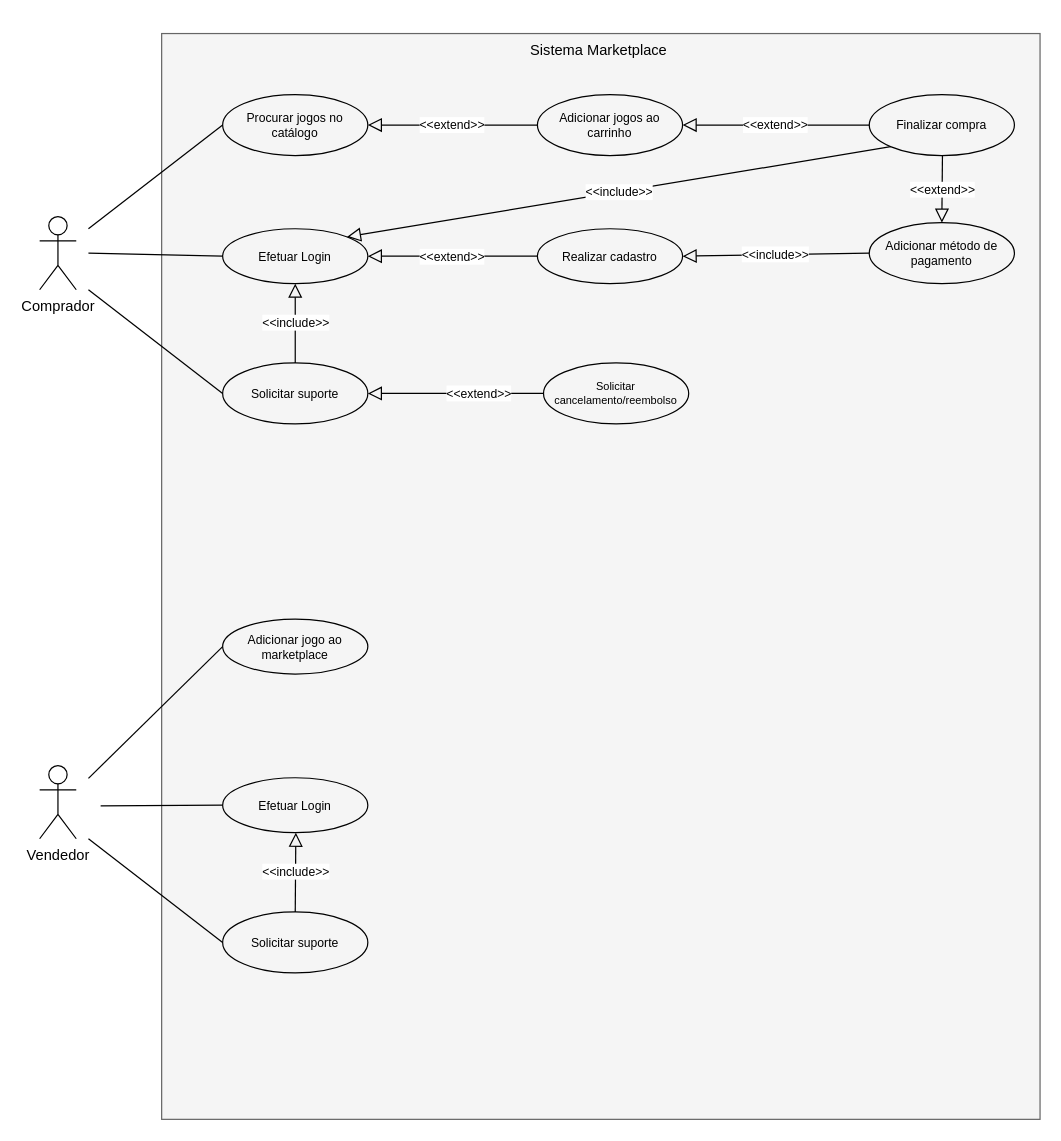
The draw.io diagram Diagrama de Caso de Uso.drawio in oihugu/O-Grupo, before the edit. Source tidied: cells renumbered, new cells numbered last; positions are measured from the earlier drawing's top-left corner, leaving out a move shared by most shapes. Both pictures are drawn from the tidied source at 122%, with x=0, y=0 at pixel (39, 21).
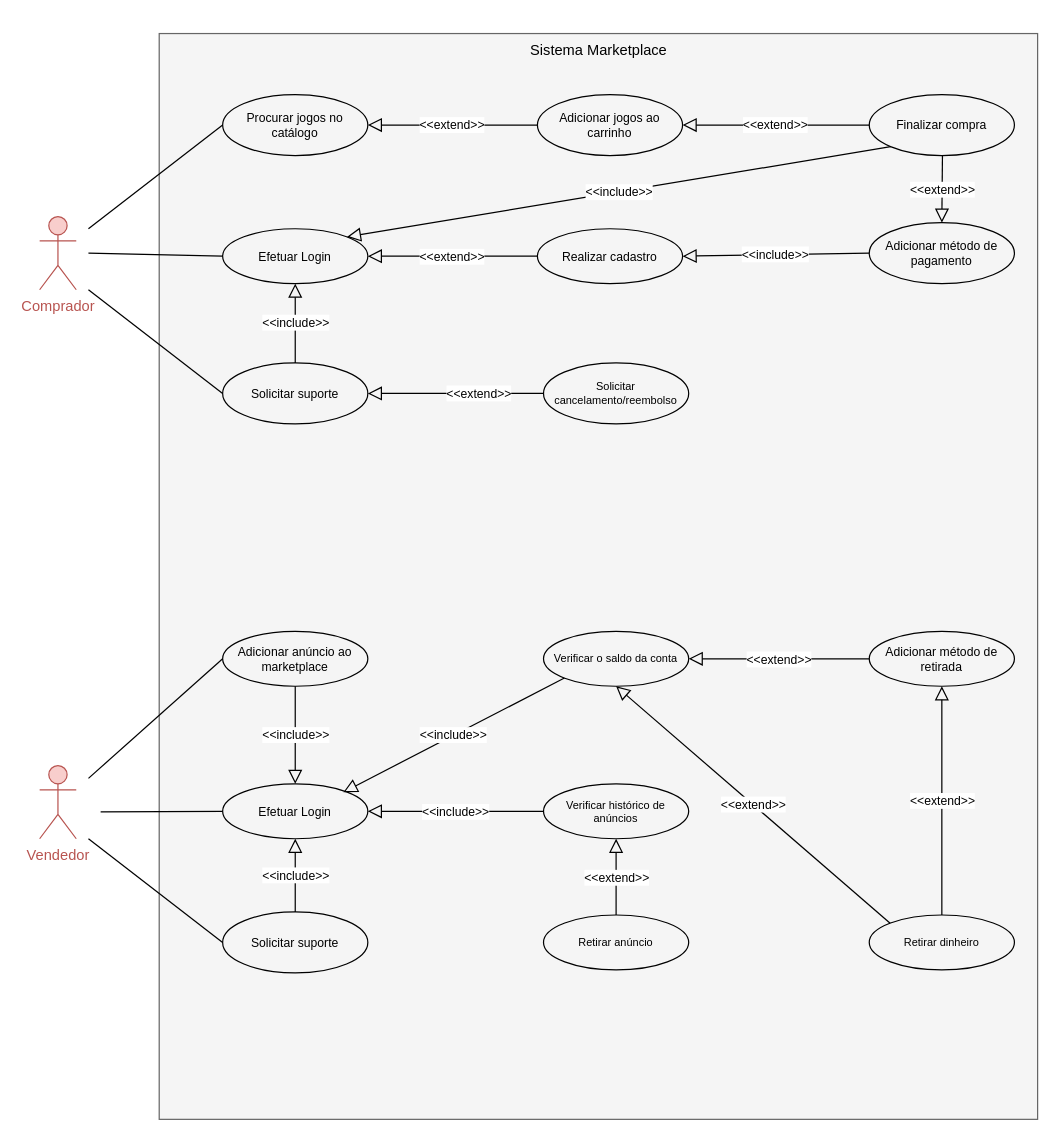
After the change.

Unchanged cells that the change refers to:
```xml
<mxCell id="26" value="Solicitar suporte" style="ellipse;whiteSpace=wrap;html=1;fillColor=none;fontSize=10;spacing=2;" parent="1" vertex="1">
  <mxGeometry x="150" y="730" width="119" height="50" as="geometry" />
</mxCell>
```

Diff of the diagram source:
```diff
@@
     <mxCell id="2" style="html=1;fillColor=#f5f5f5;strokeColor=#666666;fontColor=#333333;align=center;" parent="1" vertex="1">
-      <mxGeometry x="100" y="10" width="720" height="890" as="geometry" />
+      <mxGeometry x="98" y="10" width="720" height="890" as="geometry" />
     </mxCell>
-    <mxCell id="3" value="Comprador" style="shape=umlActor;verticalLabelPosition=bottom;verticalAlign=top;html=1;" parent="1" vertex="1">
+    <mxCell id="3" value="&lt;font color=&quot;#b85450&quot;&gt;Comprador&lt;/font&gt;" style="shape=umlActor;verticalLabelPosition=bottom;verticalAlign=top;html=1;strokeColor=#b85450;fillColor=#f8cecc;" parent="1" vertex="1">
       <mxGeometry y="160" width="30" height="60" as="geometry" />
     </mxCell>
@@
-    <mxCell id="24" value="Vendedor" style="shape=umlActor;verticalLabelPosition=bottom;verticalAlign=top;html=1;" parent="1" vertex="1">
+    <mxCell id="24" value="&lt;font&gt;Vendedor&lt;/font&gt;" style="shape=umlActor;verticalLabelPosition=bottom;verticalAlign=top;html=1;fillColor=#f8cecc;strokeColor=#b85450;fontColor=#B85450;" parent="1" vertex="1">
       <mxGeometry y="610" width="30" height="60" as="geometry" />
     </mxCell>
     <mxCell id="25" value="&lt;font style=&quot;font-size: 10px;&quot;&gt;Efetuar Login&lt;/font&gt;" style="ellipse;whiteSpace=wrap;html=1;fillColor=none;fontSize=10;spacing=2;" parent="1" vertex="1">
-      <mxGeometry x="150" y="620" width="119" height="45" as="geometry" />
+      <mxGeometry x="150" y="625" width="119" height="45" as="geometry" />
     </mxCell>
@@
-    <mxCell id="27" value="&lt;font style=&quot;font-size: 10px&quot;&gt;&amp;lt;&amp;lt;include&amp;gt;&amp;gt;&lt;/font&gt;" style="endArrow=block;endSize=9;endFill=0;html=1;exitX=0.5;exitY=0;exitDx=0;exitDy=0;" parent="1" edge="1" source="26">
-      <mxGeometry relative="1" as="geometry">
-        <mxPoint x="210" y="665" as="targetPoint" />
-      </mxGeometry>
+    <mxCell id="27" value="&lt;font style=&quot;font-size: 10px&quot;&gt;&amp;lt;&amp;lt;include&amp;gt;&amp;gt;&lt;/font&gt;" style="endArrow=block;endSize=9;endFill=0;html=1;exitX=0.5;exitY=0;exitDx=0;exitDy=0;entryX=0.5;entryY=1;entryDx=0;entryDy=0;" parent="1" edge="1" source="26" target="25">
+      <mxGeometry relative="1" as="geometry" />
     </mxCell>
@@
     <mxCell id="29" style="endArrow=none;html=1;entryX=0;entryY=0.5;entryDx=0;entryDy=0;" parent="1" edge="1" target="25">
       <mxGeometry relative="1" as="geometry">
-        <mxPoint x="50" y="643" as="sourcePoint" />
+        <mxPoint x="50" y="648" as="sourcePoint" />
       </mxGeometry>
     </mxCell>
-    <mxCell id="30" value="&lt;font style=&quot;font-size: 10px&quot;&gt;Adicionar jogo ao marketplace&lt;/font&gt;" style="ellipse;whiteSpace=wrap;html=1;fillColor=none;fontSize=10;spacing=2;" parent="1" vertex="1">
-      <mxGeometry x="150" y="490" width="119" height="45" as="geometry" />
+    <mxCell id="30" value="&lt;font style=&quot;font-size: 10px&quot;&gt;Adicionar anúncio ao marketplace&lt;/font&gt;" style="ellipse;whiteSpace=wrap;html=1;fillColor=none;fontSize=10;spacing=2;" parent="1" vertex="1">
+      <mxGeometry x="150" y="500" width="119" height="45" as="geometry" />
     </mxCell>
@@
+    <mxCell id="32" value="&lt;font style=&quot;font-size: 10px&quot;&gt;&amp;lt;&amp;lt;include&amp;gt;&amp;gt;&lt;/font&gt;" style="endArrow=block;endSize=9;endFill=0;html=1;exitX=0.5;exitY=1;exitDx=0;exitDy=0;entryX=0.5;entryY=0;entryDx=0;entryDy=0;" parent="1" edge="1" source="30" target="25">
+      <mxGeometry relative="1" as="geometry" />
+    </mxCell>
+    <mxCell id="33" value="&lt;font style=&quot;font-size: 9px&quot;&gt;Verificar histórico de anúncios&lt;/font&gt;" style="ellipse;whiteSpace=wrap;html=1;fillColor=none;fontSize=9;spacing=2;" parent="1" vertex="1">
+      <mxGeometry x="413" y="625" width="119" height="45" as="geometry" />
+    </mxCell>
+    <mxCell id="34" value="&lt;font style=&quot;font-size: 10px&quot;&gt;&amp;lt;&amp;lt;include&amp;gt;&amp;gt;&lt;/font&gt;" style="endArrow=block;endSize=9;endFill=0;html=1;exitX=0;exitY=0.5;exitDx=0;exitDy=0;entryX=1;entryY=0.5;entryDx=0;entryDy=0;" parent="1" edge="1" source="33" target="25">
+      <mxGeometry relative="1" as="geometry" />
+    </mxCell>
+    <mxCell id="35" value="&lt;font style=&quot;font-size: 9px&quot;&gt;Verificar o saldo da conta&lt;/font&gt;" style="ellipse;whiteSpace=wrap;html=1;fillColor=none;fontSize=9;spacing=2;" parent="1" vertex="1">
+      <mxGeometry x="413" y="500" width="119" height="45" as="geometry" />
+    </mxCell>
+    <mxCell id="36" value="&lt;font style=&quot;font-size: 10px&quot;&gt;&amp;lt;&amp;lt;include&amp;gt;&amp;gt;&lt;/font&gt;" style="endArrow=block;endSize=9;endFill=0;html=1;exitX=0;exitY=1;exitDx=0;exitDy=0;entryX=0.832;entryY=0.151;entryDx=0;entryDy=0;entryPerimeter=0;" parent="1" edge="1" source="35" target="25">
+      <mxGeometry relative="1" as="geometry" />
+    </mxCell>
+    <mxCell id="37" value="Adicionar método de retirada" style="ellipse;whiteSpace=wrap;html=1;fillColor=none;fontSize=10;spacing=2;" parent="1" vertex="1">
+      <mxGeometry x="680" y="500" width="119" height="45" as="geometry" />
+    </mxCell>
+    <mxCell id="38" value="&lt;font style=&quot;font-size: 10px&quot;&gt;&amp;lt;&amp;lt;extend&amp;gt;&amp;gt;&lt;/font&gt;" style="endArrow=block;endSize=9;endFill=0;html=1;exitX=0;exitY=0.5;exitDx=0;exitDy=0;entryX=1;entryY=0.5;entryDx=0;entryDy=0;" parent="1" edge="1" source="37" target="35">
+      <mxGeometry relative="1" as="geometry" />
+    </mxCell>
+    <mxCell id="39" value="Retirar dinheiro" style="ellipse;whiteSpace=wrap;html=1;fillColor=none;fontSize=9;spacing=2;" parent="1" vertex="1">
+      <mxGeometry x="680" y="732.5" width="119" height="45" as="geometry" />
+    </mxCell>
+    <mxCell id="40" value="&lt;font style=&quot;font-size: 10px&quot;&gt;&amp;lt;&amp;lt;extend&amp;gt;&amp;gt;&lt;/font&gt;" style="endArrow=block;endSize=9;endFill=0;html=1;exitX=0.5;exitY=0;exitDx=0;exitDy=0;entryX=0.5;entryY=1;entryDx=0;entryDy=0;" parent="1" edge="1" source="39" target="37">
+      <mxGeometry relative="1" as="geometry" />
+    </mxCell>
+    <mxCell id="41" value="&lt;font style=&quot;font-size: 10px&quot;&gt;&amp;lt;&amp;lt;extend&amp;gt;&amp;gt;&lt;/font&gt;" style="endArrow=block;endSize=9;endFill=0;html=1;exitX=0;exitY=0;exitDx=0;exitDy=0;entryX=0.5;entryY=1;entryDx=0;entryDy=0;" parent="1" edge="1" source="39" target="35">
+      <mxGeometry relative="1" as="geometry" />
+    </mxCell>
+    <mxCell id="42" value="&lt;font style=&quot;font-size: 9px&quot;&gt;Retirar anúncio&lt;/font&gt;" style="ellipse;whiteSpace=wrap;html=1;fillColor=none;fontSize=9;spacing=2;" parent="1" vertex="1">
+      <mxGeometry x="413" y="732.5" width="119" height="45" as="geometry" />
+    </mxCell>
+    <mxCell id="43" value="&lt;font style=&quot;font-size: 10px&quot;&gt;&amp;lt;&amp;lt;extend&amp;gt;&amp;gt;&lt;/font&gt;" style="endArrow=block;endSize=9;endFill=0;html=1;exitX=0.5;exitY=0;exitDx=0;exitDy=0;entryX=0.5;entryY=1;entryDx=0;entryDy=0;" parent="1" edge="1" source="42" target="33">
+      <mxGeometry relative="1" as="geometry" />
+    </mxCell>
```
